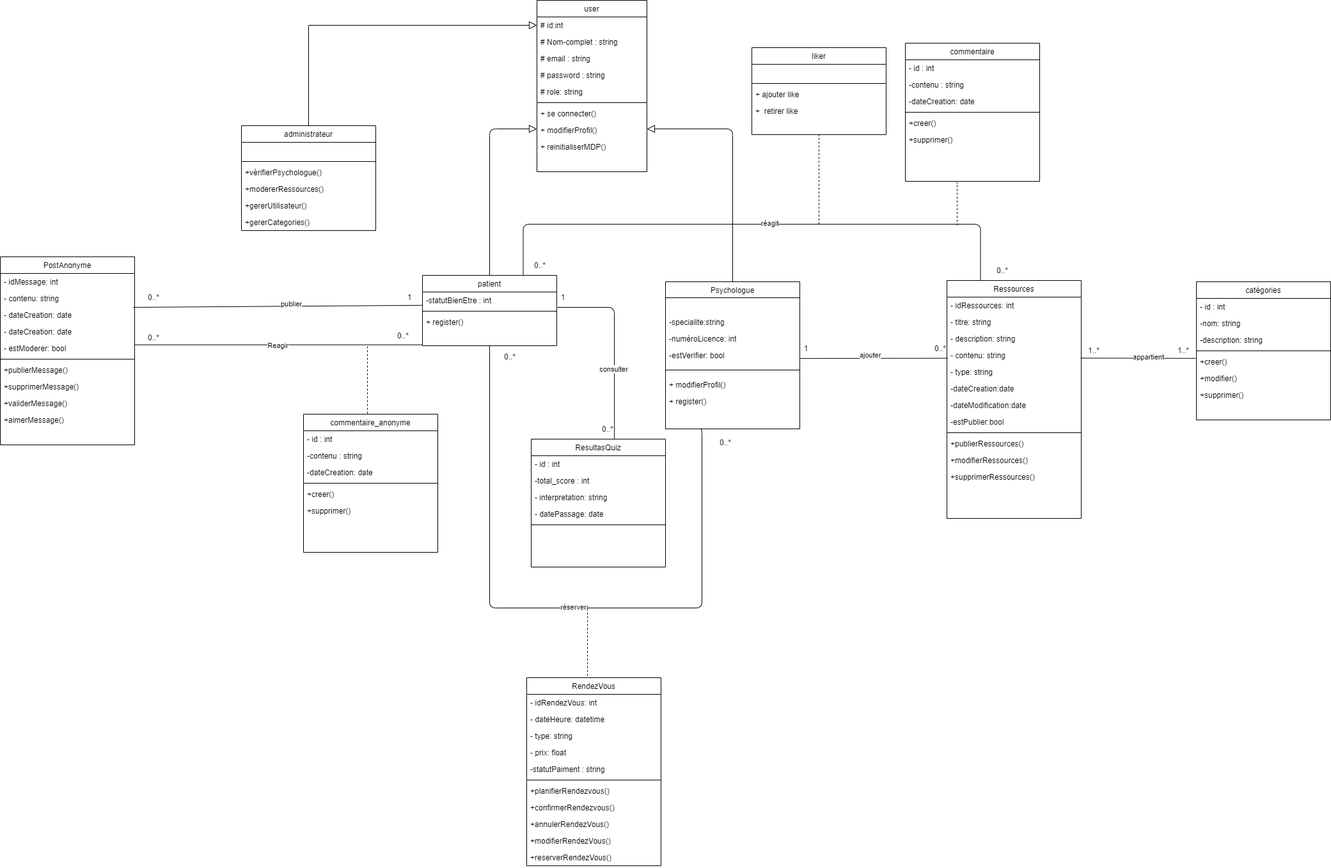
Earlier version of the draw.io export dossier principal/conception UML/diagramme_classe.drawio.png (HananeOubaha/projet-fil-rouge-). Source tidied: cells renumbered, new cells last; positions are measured from the earlier drawing's top-left corner, leaving out a move shared by most shapes.
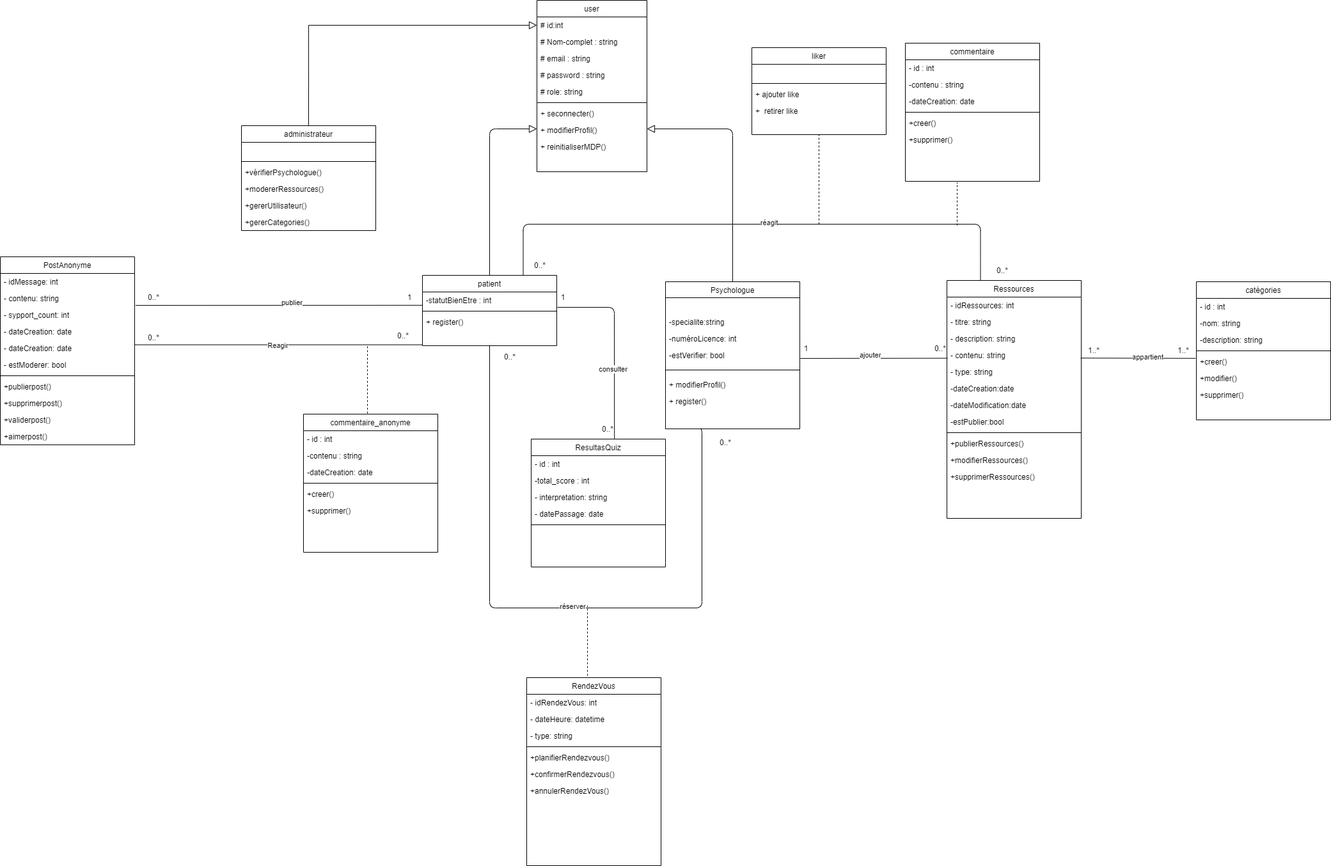
After the change.

Change to the diagram source:
```diff
@@ -23,7 +23,7 @@
     <mxCell id="8" style="line;html=1;strokeWidth=1;align=left;verticalAlign=middle;spacingTop=-1;spacingLeft=3;spacingRight=3;labelPosition=right;" parent="2" vertex="1">
       <mxGeometry y="156" width="172" height="8" as="geometry" />
     </mxCell>
-    <mxCell id="9" value="+ se connecter() " style="text;align=left;verticalAlign=top;spacingLeft=4;spacingRight=4;overflow=hidden;" parent="2" vertex="1">
+    <mxCell id="9" value="+ seconnecter() " style="text;align=left;verticalAlign=top;spacingLeft=4;spacingRight=4;overflow=hidden;" parent="2" vertex="1">
       <mxGeometry y="164" width="172" height="26" as="geometry" />
     </mxCell>
     <mxCell id="10" value="+ modifierProfil()&#10;" style="text;align=left;verticalAlign=top;spacingLeft=4;spacingRight=4;overflow=hidden;" parent="2" vertex="1">
@@ -163,29 +163,32 @@
     <mxCell id="53" value="- contenu: string" style="text;align=left;verticalAlign=top;spacingLeft=4;spacingRight=4;overflow=hidden;" parent="51" vertex="1">
       <mxGeometry y="52" width="210" height="26" as="geometry" />
     </mxCell>
+    <mxCell id="137" value="- sypport_count: int" style="text;align=left;verticalAlign=top;spacingLeft=4;spacingRight=4;overflow=hidden;points=[[0,0.5],[1,0.5]];portConstraint=eastwest;" parent="51" vertex="1">
+      <mxGeometry y="78" width="210" height="26" as="geometry" />
+    </mxCell>
     <mxCell id="54" value="- dateCreation: date" style="text;align=left;verticalAlign=top;spacingLeft=4;spacingRight=4;overflow=hidden;points=[[0,0.5],[1,0.5]];portConstraint=eastwest;" parent="51" vertex="1">
-      <mxGeometry y="78" width="210" height="26" as="geometry" />
+      <mxGeometry y="104" width="210" height="26" as="geometry" />
     </mxCell>
     <mxCell id="55" value="- dateCreation: date" style="text;align=left;verticalAlign=top;spacingLeft=4;spacingRight=4;overflow=hidden;" parent="51" vertex="1">
-      <mxGeometry y="104" width="210" height="26" as="geometry" />
+      <mxGeometry y="130" width="210" height="26" as="geometry" />
     </mxCell>
     <mxCell id="56" value="- estModerer: bool" style="text;align=left;verticalAlign=top;spacingLeft=4;spacingRight=4;overflow=hidden;" parent="51" vertex="1">
-      <mxGeometry y="130" width="210" height="26" as="geometry" />
+      <mxGeometry y="156" width="210" height="26" as="geometry" />
     </mxCell>
     <mxCell id="57" style="line;html=1;strokeWidth=1;align=left;verticalAlign=middle;spacingTop=-1;spacingLeft=3;spacingRight=3;labelPosition=right;" parent="51" vertex="1">
-      <mxGeometry y="156" width="210" height="8" as="geometry" />
+      <mxGeometry y="182" width="210" height="8" as="geometry" />
     </mxCell>
-    <mxCell id="58" value="+publierMessage()" style="text;align=left;verticalAlign=top;spacingLeft=4;spacingRight=4;overflow=hidden;" parent="51" vertex="1">
-      <mxGeometry y="164" width="210" height="26" as="geometry" />
+    <mxCell id="58" value="+publierpost()" style="text;align=left;verticalAlign=top;spacingLeft=4;spacingRight=4;overflow=hidden;" parent="51" vertex="1">
+      <mxGeometry y="190" width="210" height="26" as="geometry" />
     </mxCell>
-    <mxCell id="59" value="+supprimerMessage()" style="text;align=left;verticalAlign=top;spacingLeft=4;spacingRight=4;overflow=hidden;" parent="51" vertex="1">
-      <mxGeometry y="190" width="210" height="26" as="geometry" />
+    <mxCell id="59" value="+supprimerpost()" style="text;align=left;verticalAlign=top;spacingLeft=4;spacingRight=4;overflow=hidden;" parent="51" vertex="1">
+      <mxGeometry y="216" width="210" height="26" as="geometry" />
     </mxCell>
-    <mxCell id="60" value="+validerMessage()" style="text;align=left;verticalAlign=top;spacingLeft=4;spacingRight=4;overflow=hidden;" parent="51" vertex="1">
-      <mxGeometry y="216" width="210" height="26" as="geometry" />
+    <mxCell id="60" value="+validerpost()" style="text;align=left;verticalAlign=top;spacingLeft=4;spacingRight=4;overflow=hidden;" parent="51" vertex="1">
+      <mxGeometry y="242" width="210" height="26" as="geometry" />
     </mxCell>
-    <mxCell id="61" value="+aimerMessage()" style="text;align=left;verticalAlign=top;spacingLeft=4;spacingRight=4;overflow=hidden;" parent="51" vertex="1">
-      <mxGeometry y="242" width="210" height="26" as="geometry" />
+    <mxCell id="61" value="+aimerpost()" style="text;align=left;verticalAlign=top;spacingLeft=4;spacingRight=4;overflow=hidden;" parent="51" vertex="1">
+      <mxGeometry y="268" width="210" height="26" as="geometry" />
     </mxCell>
     <mxCell id="62" value="RendezVous&#10;" style="swimlane;fontStyle=0;align=center;verticalAlign=top;horizontal=1;startSize=26;rounded=0;shadow=0;strokeWidth=1;" parent="1" vertex="1">
       <mxGeometry x="823" y="1059" width="210" height="294" as="geometry" />
@@ -199,30 +202,18 @@
     <mxCell id="65" value="- type: string" style="text;align=left;verticalAlign=top;spacingLeft=4;spacingRight=4;overflow=hidden;" parent="62" vertex="1">
       <mxGeometry y="78" width="210" height="26" as="geometry" />
     </mxCell>
-    <mxCell id="66" value="- prix: float" style="text;align=left;verticalAlign=top;spacingLeft=4;spacingRight=4;overflow=hidden;" parent="62" vertex="1">
-      <mxGeometry y="104" width="210" height="26" as="geometry" />
-    </mxCell>
-    <mxCell id="67" value="-statutPaiment : string" style="text;align=left;verticalAlign=top;spacingLeft=4;spacingRight=4;overflow=hidden;" parent="62" vertex="1">
-      <mxGeometry y="130" width="210" height="26" as="geometry" />
-    </mxCell>
     <mxCell id="68" style="line;html=1;strokeWidth=1;align=left;verticalAlign=middle;spacingTop=-1;spacingLeft=3;spacingRight=3;labelPosition=right;" parent="62" vertex="1">
-      <mxGeometry y="156" width="210" height="8" as="geometry" />
+      <mxGeometry y="104" width="210" height="8" as="geometry" />
     </mxCell>
     <mxCell id="69" value="+planifierRendezvous()" style="text;align=left;verticalAlign=top;spacingLeft=4;spacingRight=4;overflow=hidden;" parent="62" vertex="1">
-      <mxGeometry y="164" width="210" height="26" as="geometry" />
+      <mxGeometry y="112" width="210" height="26" as="geometry" />
     </mxCell>
     <mxCell id="70" value="+confirmerRendezvous()" style="text;align=left;verticalAlign=top;spacingLeft=4;spacingRight=4;overflow=hidden;" parent="62" vertex="1">
-      <mxGeometry y="190" width="210" height="26" as="geometry" />
+      <mxGeometry y="138" width="210" height="26" as="geometry" />
     </mxCell>
     <mxCell id="71" value="+annulerRendezVous()" style="text;align=left;verticalAlign=top;spacingLeft=4;spacingRight=4;overflow=hidden;" parent="62" vertex="1">
-      <mxGeometry y="216" width="210" height="26" as="geometry" />
+      <mxGeometry y="164" width="210" height="26" as="geometry" />
     </mxCell>
-    <mxCell id="72" value="+modifierRendezVous()" style="text;align=left;verticalAlign=top;spacingLeft=4;spacingRight=4;overflow=hidden;" parent="62" vertex="1">
-      <mxGeometry y="242" width="210" height="26" as="geometry" />
-    </mxCell>
-    <mxCell id="73" value="+reserverRendezVous()" style="text;align=left;verticalAlign=top;spacingLeft=4;spacingRight=4;overflow=hidden;" parent="62" vertex="1">
-      <mxGeometry y="268" width="210" height="26" as="geometry" />
-    </mxCell>
     <mxCell id="74" value="ResultasQuiz" style="swimlane;fontStyle=0;align=center;verticalAlign=top;horizontal=1;startSize=26;rounded=0;shadow=0;strokeWidth=1;" parent="1" vertex="1">
       <mxGeometry x="830" y="686" width="210" height="200" as="geometry" />
     </mxCell>
@@ -310,7 +301,7 @@
     <mxCell id="102" value="1..*" style="text;html=1;align=center;verticalAlign=middle;whiteSpace=wrap;rounded=0;" parent="1" vertex="1">
       <mxGeometry x="1820" y="533" width="60" height="30" as="geometry" />
     </mxCell>
-    <mxCell id="103" style="endArrow=none;html=1;exitX=0.99;exitY=0.038;exitDx=0;exitDy=0;entryX=0.003;entryY=0.8;entryDx=0;entryDy=0;entryPerimeter=0;exitPerimeter=0;" parent="1" edge="1" source="54" target="23">
+    <mxCell id="103" style="endArrow=none;html=1;exitX=1.007;exitY=-0.079;exitDx=0;exitDy=0;entryX=0.003;entryY=0.8;entryDx=0;entryDy=0;entryPerimeter=0;exitPerimeter=0;" parent="1" edge="1" source="137" target="23">
       <mxGeometry relative="1" as="geometry" />
     </mxCell>
     <mxCell id="104" value="publier" style="edgeLabel;html=1;align=center;verticalAlign=middle;" parent="103" vertex="1">
```
